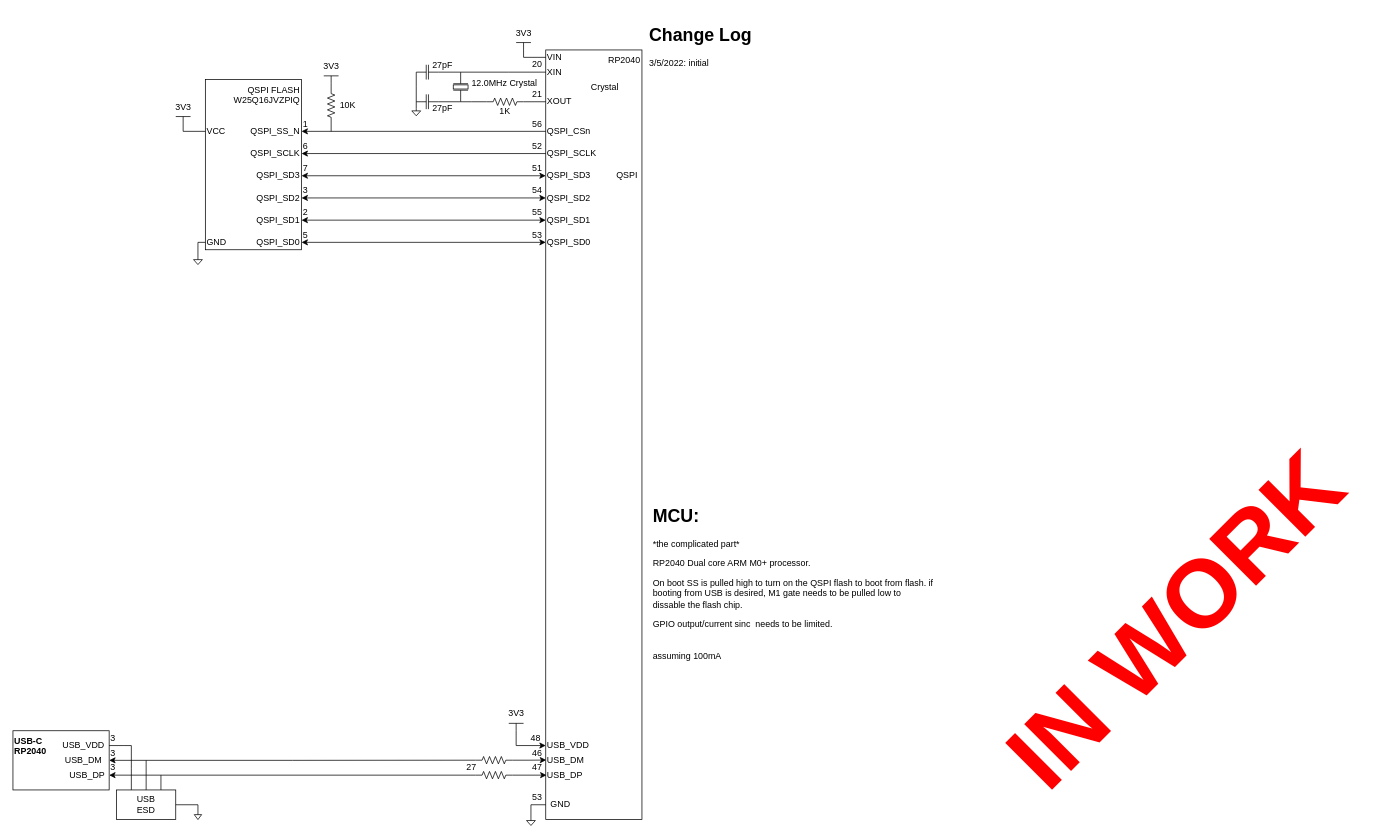
Above: page "MCU" (4 of 11) of PleaseGoUp_RP2040.drawio in liamherlihy/pleaseGoUp (draw.io), before the change. Source tidied: cells renumbered, new cells numbered last; positions are measured from the earlier drawing's top-left corner, leaving out a move shared by most shapes. Both pictures are drawn from the tidied source at 74%, with x=0, y=0 at pixel (13, 20).
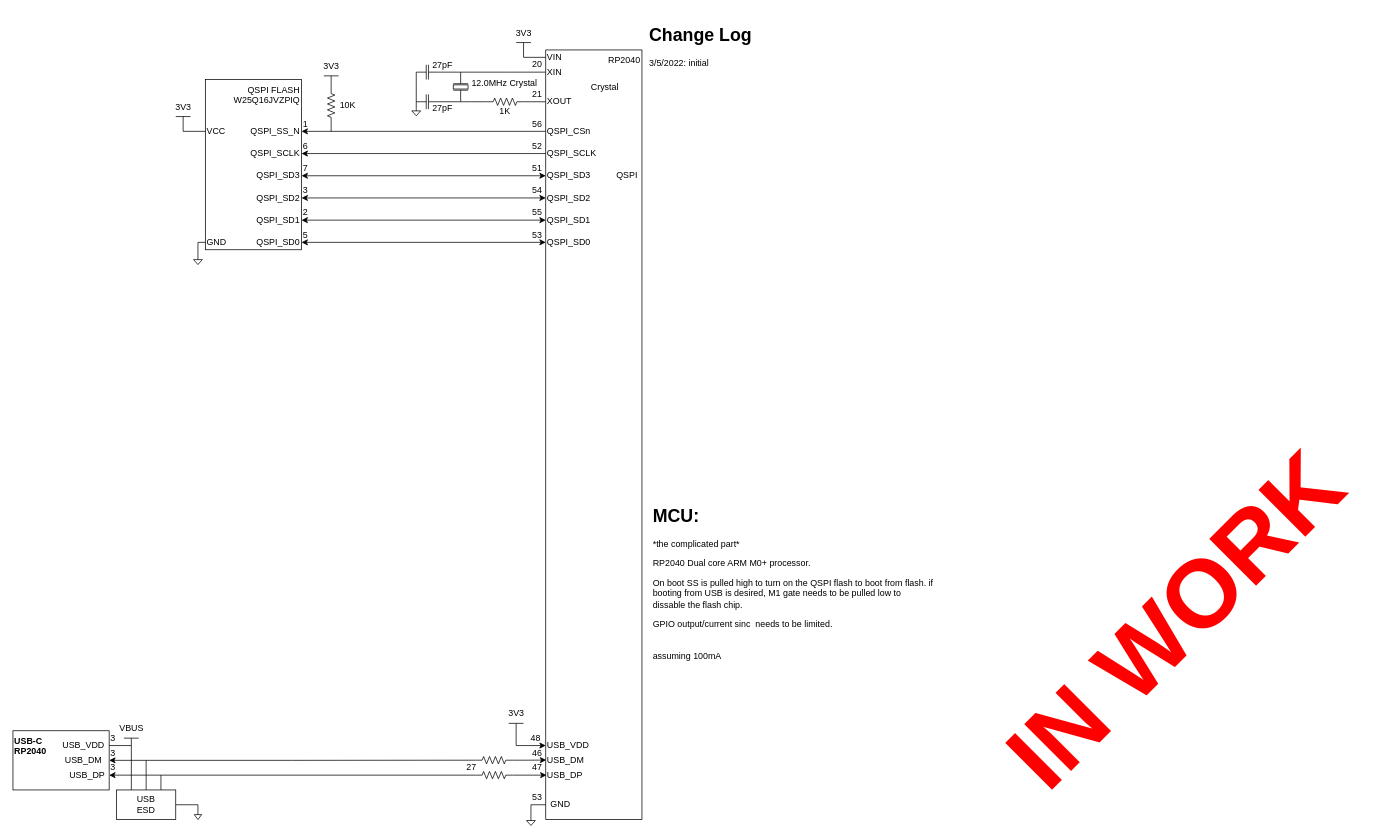
The same page after the edit.

What changed in the source:
```diff
@@
+    <mxCell id="105" value="&lt;font style=&quot;font-size: 12px&quot;&gt;VBUS&lt;/font&gt;" style="verticalLabelPosition=top;verticalAlign=bottom;shape=mxgraph.electrical.signal_sources.vdd;shadow=0;dashed=0;align=center;strokeWidth=1;fontSize=24;html=1;flipV=1;" parent="1" vertex="1">
+      <mxGeometry x="150" y="970" width="20" height="10" as="geometry" />
+    </mxCell>
```
